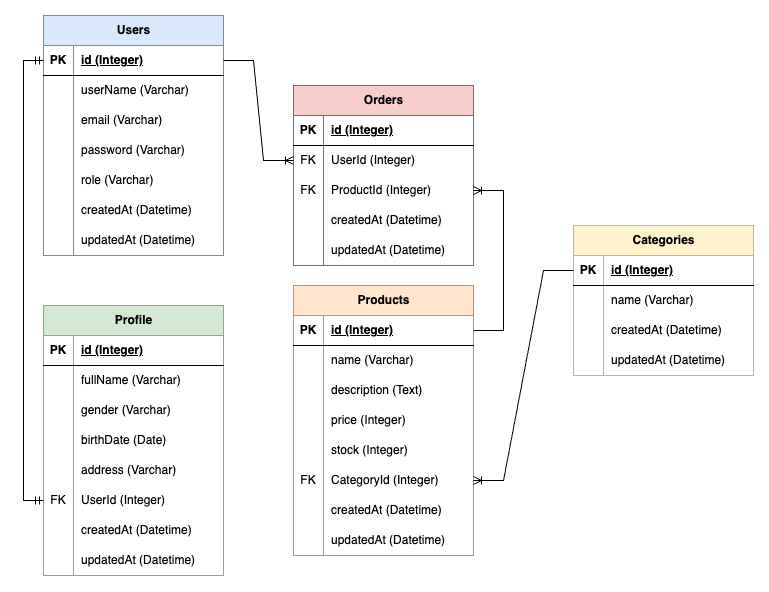
The draw.io diagram youverse-project.png in pbalqish/youverse, before a commit. Source tidied: cells renumbered, new cells last; positions are measured from the earlier drawing's top-left corner, leaving out a move shared by most shapes.
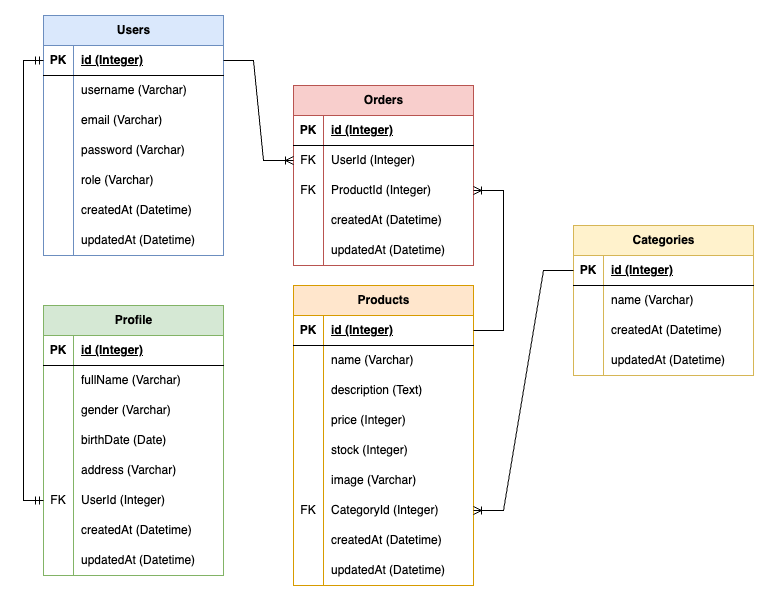
After the change.

Change to the diagram source:
```diff
@@ -59,7 +59,7 @@
     <mxCell id="20" style="shape=partialRectangle;fillColor=none;top=0;left=0;bottom=0;right=0;overflow=hidden;whiteSpace=wrap;html=1;" parent="19" vertex="1">
       <mxGeometry width="30" height="30" as="geometry" />
     </mxCell>
-    <mxCell id="21" value="userName (Varchar)" style="shape=partialRectangle;fillColor=none;top=0;left=0;bottom=0;right=0;align=left;spacingLeft=6;overflow=hidden;whiteSpace=wrap;html=1;" parent="19" vertex="1">
+    <mxCell id="21" value="username (Varchar)" style="shape=partialRectangle;fillColor=none;top=0;left=0;bottom=0;right=0;align=left;spacingLeft=6;overflow=hidden;whiteSpace=wrap;html=1;" parent="19" vertex="1">
       <mxGeometry x="30" width="150" height="30" as="geometry" />
     </mxCell>
     <mxCell id="22" style="shape=tableRow;horizontal=0;startSize=0;swimlaneHead=0;swimlaneBody=0;fillColor=none;top=0;left=0;right=0;bottom=0;" parent="15" vertex="1">
@@ -108,7 +108,7 @@
       <mxGeometry x="30" width="150" height="30" as="geometry" />
     </mxCell>
     <mxCell id="37" value="Products" style="shape=table;startSize=30;rowLines=0;fontStyle=1;align=center;html=1;fillColor=#ffe6cc;strokeColor=#d79b00;" parent="1" vertex="1">
-      <mxGeometry x="250" y="270" width="180" height="270" as="geometry" />
+      <mxGeometry x="250" y="270" width="180" height="300" as="geometry" />
     </mxCell>
     <mxCell id="38" style="shape=tableRow;horizontal=0;startSize=0;swimlaneHead=0;swimlaneBody=0;fillColor=none;points=[[0,0.5],[1,0.5]];portConstraint=eastwest;top=0;left=0;right=0;bottom=1;" parent="37" vertex="1">
       <mxGeometry y="30" width="180" height="30" as="geometry" />
@@ -155,8 +155,17 @@
     <mxCell id="52" value="stock (Integer)" style="shape=partialRectangle;fillColor=none;top=0;left=0;bottom=0;right=0;align=left;spacingLeft=6;overflow=hidden;whiteSpace=wrap;html=1;" parent="50" vertex="1">
       <mxGeometry x="30" width="150" height="30" as="geometry" />
     </mxCell>
+    <mxCell id="107" style="shape=tableRow;horizontal=0;startSize=0;swimlaneHead=0;swimlaneBody=0;fillColor=none;top=0;left=0;right=0;bottom=0;" parent="37" vertex="1">
+      <mxGeometry y="180" width="180" height="30" as="geometry" />
+    </mxCell>
+    <mxCell id="108" style="shape=partialRectangle;fillColor=none;top=0;left=0;bottom=0;right=0;overflow=hidden;whiteSpace=wrap;html=1;" parent="107" vertex="1">
+      <mxGeometry width="30" height="30" as="geometry" />
+    </mxCell>
+    <mxCell id="109" value="image (Varchar)" style="shape=partialRectangle;fillColor=none;top=0;left=0;bottom=0;right=0;align=left;spacingLeft=6;overflow=hidden;whiteSpace=wrap;html=1;" parent="107" vertex="1">
+      <mxGeometry x="30" width="150" height="30" as="geometry" />
+    </mxCell>
     <mxCell id="53" style="shape=tableRow;horizontal=0;startSize=0;swimlaneHead=0;swimlaneBody=0;fillColor=none;points=[[0,0.5],[1,0.5]];portConstraint=eastwest;top=0;left=0;right=0;bottom=0;" parent="37" vertex="1">
-      <mxGeometry y="180" width="180" height="30" as="geometry" />
+      <mxGeometry y="210" width="180" height="30" as="geometry" />
     </mxCell>
     <mxCell id="54" value="FK" style="shape=partialRectangle;fillColor=none;top=0;left=0;bottom=0;right=0;overflow=hidden;whiteSpace=wrap;html=1;" parent="53" vertex="1">
       <mxGeometry width="30" height="30" as="geometry" />
@@ -165,7 +174,7 @@
       <mxGeometry x="30" width="150" height="30" as="geometry" />
     </mxCell>
     <mxCell id="56" style="shape=tableRow;horizontal=0;startSize=0;swimlaneHead=0;swimlaneBody=0;fillColor=none;top=0;left=0;right=0;bottom=0;" parent="37" vertex="1">
-      <mxGeometry y="210" width="180" height="30" as="geometry" />
+      <mxGeometry y="240" width="180" height="30" as="geometry" />
     </mxCell>
     <mxCell id="57" style="shape=partialRectangle;fillColor=none;top=0;left=0;bottom=0;right=0;overflow=hidden;whiteSpace=wrap;html=1;" parent="56" vertex="1">
       <mxGeometry width="30" height="30" as="geometry" />
@@ -174,7 +183,7 @@
       <mxGeometry x="30" width="150" height="30" as="geometry" />
     </mxCell>
     <mxCell id="59" style="shape=tableRow;horizontal=0;startSize=0;swimlaneHead=0;swimlaneBody=0;fillColor=none;top=0;left=0;right=0;bottom=0;" parent="37" vertex="1">
-      <mxGeometry y="240" width="180" height="30" as="geometry" />
+      <mxGeometry y="270" width="180" height="30" as="geometry" />
     </mxCell>
     <mxCell id="60" style="shape=partialRectangle;fillColor=none;top=0;left=0;bottom=0;right=0;overflow=hidden;whiteSpace=wrap;html=1;" parent="59" vertex="1">
       <mxGeometry width="30" height="30" as="geometry" />
```
